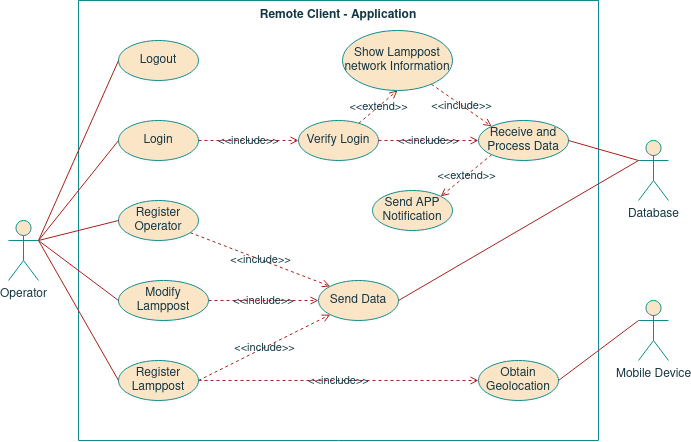
This is project/report/images/06remote_system/AppSystem_UseCases.png from ESRGgroup9/slipad, a draw.io export, as it was before one commit. Source tidied: cells renumbered, new cells last; positions are measured from the earlier drawing's top-left corner, leaving out a move shared by most shapes.
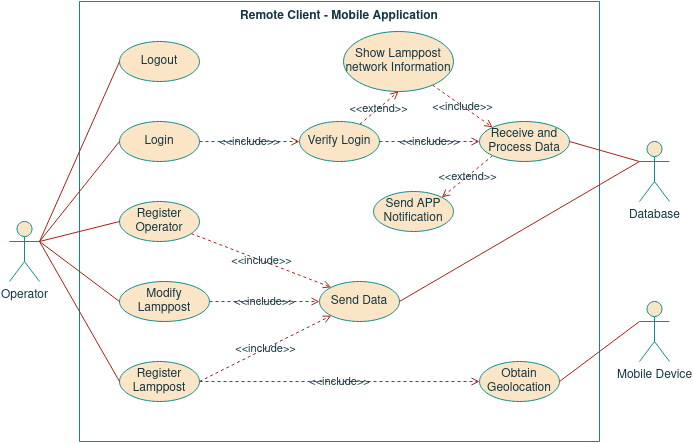
Above is the later version.

Change to the diagram source:
```diff
@@ -2,7 +2,7 @@
   <root>
     <mxCell id="0" />
     <mxCell id="1" parent="0" />
-    <mxCell id="2" value="Remote Client - Application " style="swimlane;startSize=0;verticalAlign=top;fillColor=#FAE5C7;strokeColor=#0F8B8D;fontColor=#143642;" parent="1" vertex="1">
+    <mxCell id="2" value="Remote Client - Mobile Application " style="swimlane;startSize=0;verticalAlign=top;fillColor=#FAE5C7;strokeColor=#0F8B8D;fontColor=#143642;" parent="1" vertex="1">
       <mxGeometry x="70" width="520" height="440" as="geometry" />
     </mxCell>
     <mxCell id="3" value="&amp;lt;&amp;lt;include&amp;gt;&amp;gt;" style="edgeStyle=none;rounded=0;jettySize=auto;html=1;entryX=0;entryY=0.5;entryDx=0;entryDy=0;dashed=1;endArrow=open;endFill=0;labelBackgroundColor=none;strokeColor=#A8201A;fontColor=#143642;" parent="2" edge="1" source="4" target="16">
```
